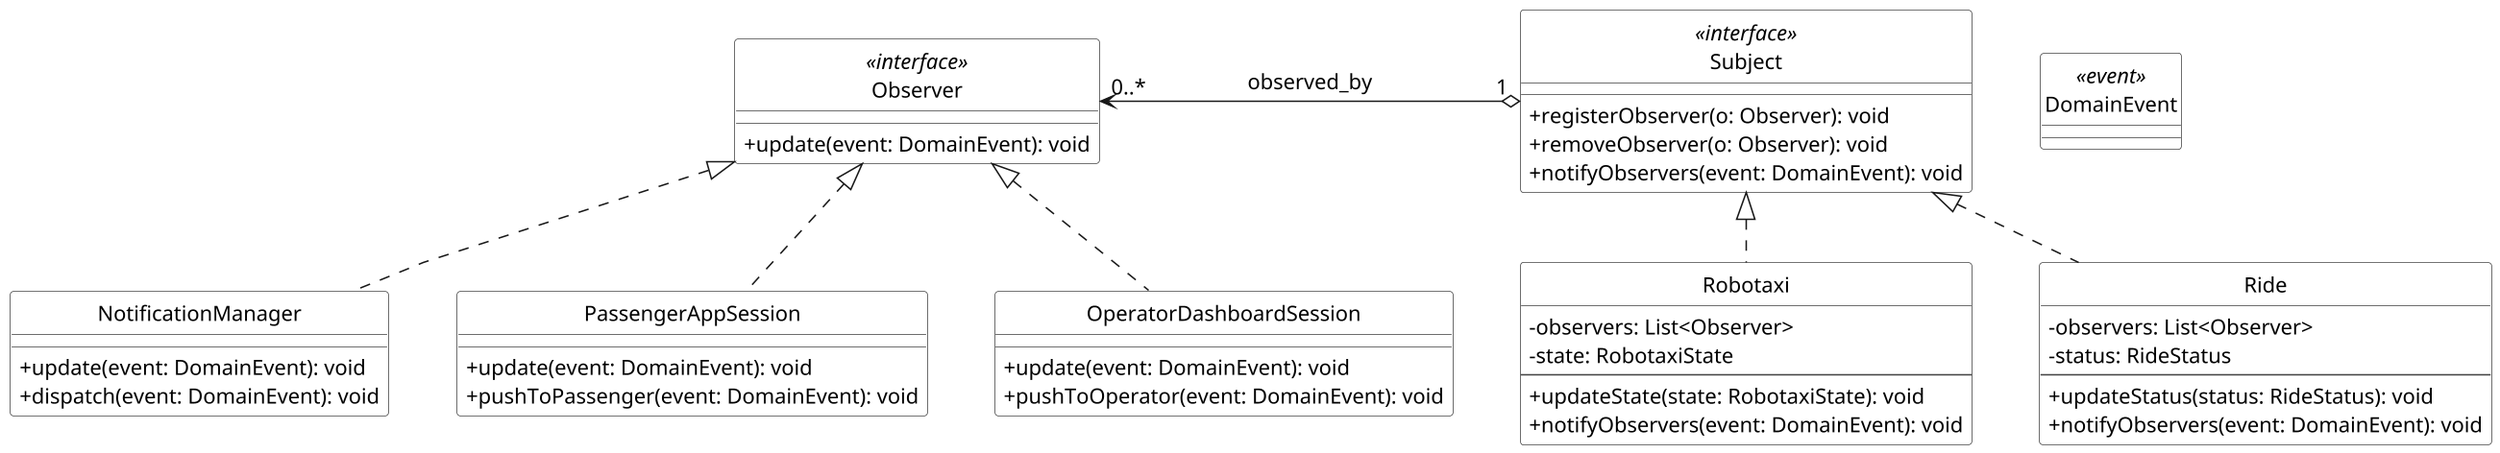
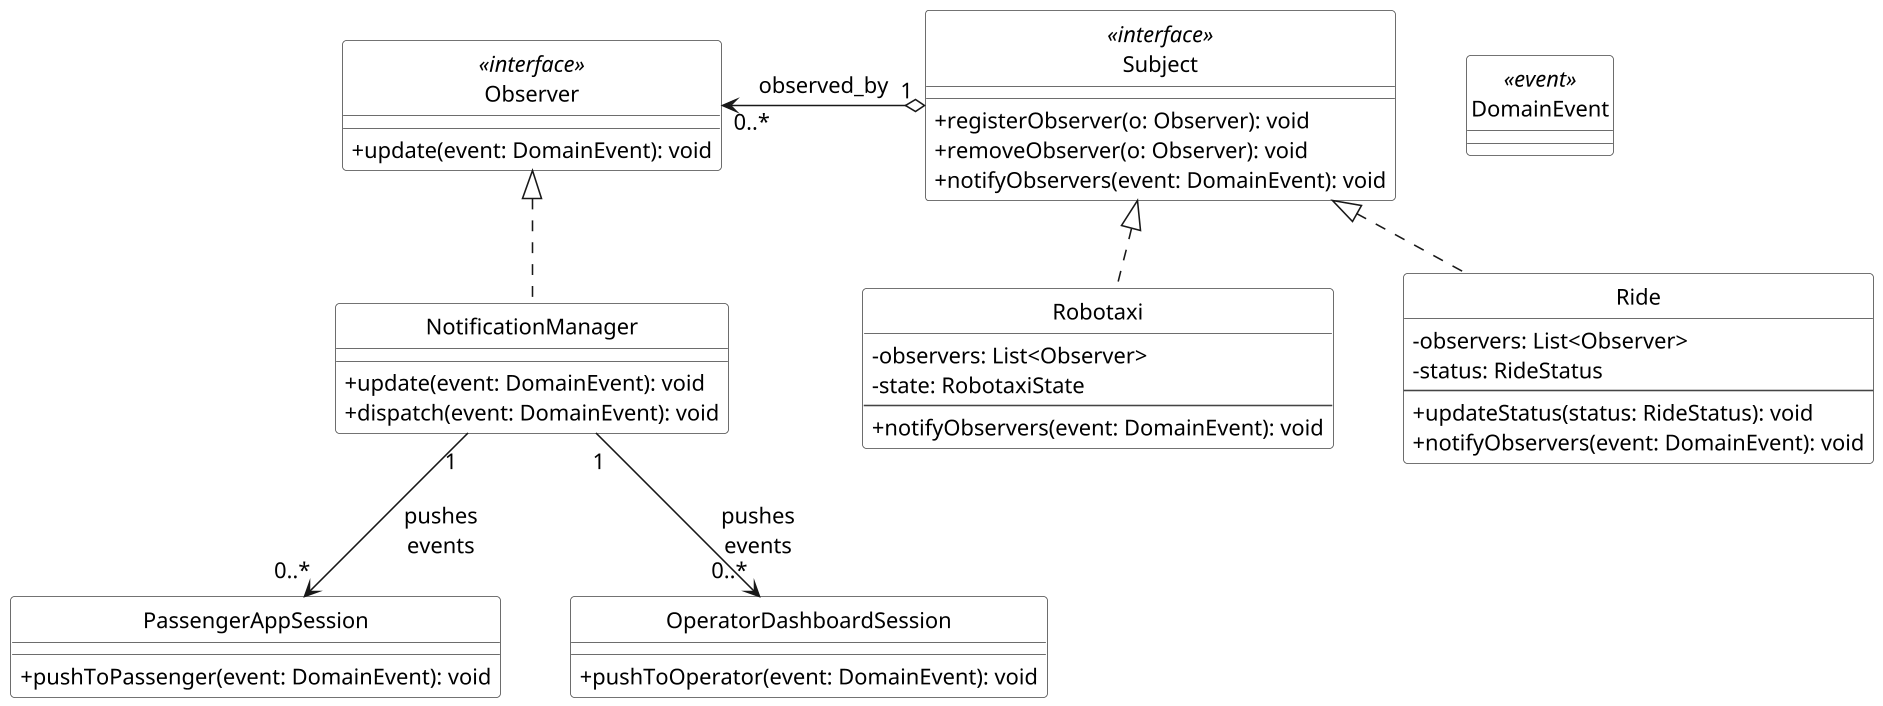
@startuml

skinparam backgroundColor white
skinparam shadowing false
skinparam defaultFontName Arial
skinparam defaultFontSize 14
skinparam dpi 150
skinparam maxMessageSize 90
skinparam classAttributeIconSize 0
skinparam linetype polyline
skinparam nodesep 45
skinparam ranksep 45

skinparam class {
    BackgroundColor white
    BorderColor #444444
    FontColor black
    HeaderBackgroundColor white
}

hide circle
top to bottom direction

class Subject <<interface>> {
    + registerObserver(o: Observer): void
    + removeObserver(o: Observer): void
    + notifyObservers(event: DomainEvent): void
}

class Observer <<interface>> {
    + update(event: DomainEvent): void
}

class Robotaxi {
    - observers: List<Observer>
    - state: RobotaxiState
    --
-     + updateState(state: RobotaxiState): void
    + notifyObservers(event: DomainEvent): void
}

class Ride {
    - observers: List<Observer>
    - status: RideStatus
    --
    + updateStatus(status: RideStatus): void
    + notifyObservers(event: DomainEvent): void
}

class NotificationManager {
    + update(event: DomainEvent): void
    + dispatch(event: DomainEvent): void
}

class PassengerAppSession {
-     + update(event: DomainEvent): void
    + pushToPassenger(event: DomainEvent): void
}

class OperatorDashboardSession {
-     + update(event: DomainEvent): void
    + pushToOperator(event: DomainEvent): void
}

class DomainEvent <<event>>

Subject "1" o-left-> "0..*" Observer: observed_by

Subject <|.. Robotaxi
Subject <|.. Ride

Observer <|.. NotificationManager
- Observer <|.. PassengerAppSession
- Observer <|.. OperatorDashboardSession

- @enduml+ NotificationManager "1" --> "0..*" PassengerAppSession : pushes events
+ NotificationManager "1" --> "0..*" OperatorDashboardSession : pushes events
+ 
+ @enduml
